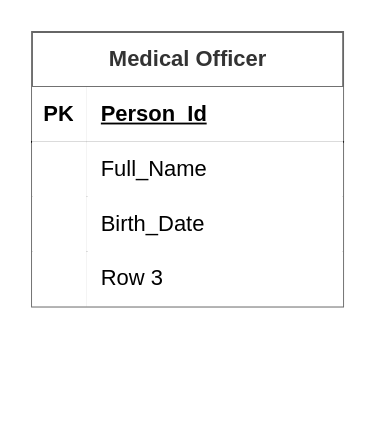
Earlier version of the draw.io diagram Диаграмма без названия.drawio (Lutanist228/saved_diagrams). Source tidied: cells renumbered, new cells numbered last; positions are measured from the earlier drawing's top-left corner, leaving out a move shared by most shapes. Both pictures are drawn from the tidied source at 183%, with x=0, y=0 at pixel (31, 31).
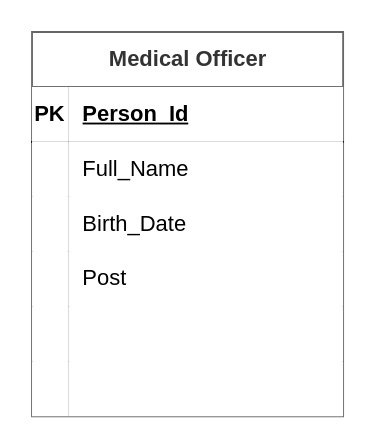
Above is the later version.

Unchanged cells that the change refers to:
```xml
<mxCell id="3" style="shape=tableRow;horizontal=0;startSize=0;swimlaneHead=0;swimlaneBody=0;fillColor=none;top=0;left=0;right=0;bottom=1;" parent="2" vertex="1">
  <mxGeometry y="30" width="170" height="30" as="geometry" />
</mxCell>
<mxCell id="6" style="shape=tableRow;horizontal=0;startSize=0;swimlaneHead=0;swimlaneBody=0;fillColor=none;top=0;left=0;right=0;bottom=0;" parent="2" vertex="1">
  <mxGeometry y="60" width="170" height="30" as="geometry" />
</mxCell>
<mxCell id="9" style="shape=tableRow;horizontal=0;startSize=0;swimlaneHead=0;swimlaneBody=0;fillColor=none;top=0;left=0;right=0;bottom=0;" parent="2" vertex="1">
  <mxGeometry y="90" width="170" height="30" as="geometry" />
</mxCell>
<mxCell id="12" style="shape=tableRow;horizontal=0;startSize=0;swimlaneHead=0;swimlaneBody=0;fillColor=none;top=0;left=0;right=0;bottom=0;strokeColor=#000000;" parent="2" vertex="1">
  <mxGeometry y="120" width="170" height="30" as="geometry" />
</mxCell>
```

The edit, as a diff of the source:
```diff
@@
     <mxCell id="2" value="Medical Officer" style="shape=table;startSize=30;childLayout=tableLayout;rowLines=0;fontStyle=1;align=center;html=1;fillColor=#ffffff;strokeColor=#666666;fontColor=#333333;" parent="1" vertex="1">
-      <mxGeometry width="170" height="150" as="geometry" />
+      <mxGeometry width="170" height="210" as="geometry" />
     </mxCell>
@@
     <mxCell id="4" value="PK" style="shape=partialRectangle;top=0;left=0;bottom=0;right=0;fontStyle=1;overflow=hidden;whiteSpace=wrap;html=1;" parent="3" vertex="1">
-      <mxGeometry width="30" height="30" as="geometry" />
+      <mxGeometry width="20" height="30" as="geometry" />
     </mxCell>
     <mxCell id="5" value="Person_Id" style="shape=partialRectangle;top=0;left=0;bottom=0;right=0;align=left;spacingLeft=6;fontStyle=5;overflow=hidden;whiteSpace=wrap;html=1;strokeWidth=4;perimeterSpacing=2;" parent="3" vertex="1">
-      <mxGeometry x="30" width="140" height="30" as="geometry" />
+      <mxGeometry x="20" width="150" height="30" as="geometry" />
     </mxCell>
@@
     <mxCell id="7" style="shape=partialRectangle;top=0;left=0;bottom=0;right=0;overflow=hidden;whiteSpace=wrap;html=1;" parent="6" vertex="1">
-      <mxGeometry width="30" height="30" as="geometry" />
+      <mxGeometry width="20" height="30" as="geometry" />
     </mxCell>
     <mxCell id="8" value="Full_Name" style="shape=partialRectangle;top=0;left=0;bottom=0;right=0;align=left;spacingLeft=6;overflow=hidden;whiteSpace=wrap;html=1;" parent="6" vertex="1">
-      <mxGeometry x="30" width="140" height="30" as="geometry" />
+      <mxGeometry x="20" width="150" height="30" as="geometry" />
     </mxCell>
@@
     <mxCell id="10" style="shape=partialRectangle;top=0;left=0;bottom=0;right=0;overflow=hidden;whiteSpace=wrap;html=1;" parent="9" vertex="1">
-      <mxGeometry width="30" height="30" as="geometry" />
+      <mxGeometry width="20" height="30" as="geometry" />
     </mxCell>
     <mxCell id="11" value="Birth_Date" style="shape=partialRectangle;top=0;left=0;bottom=0;right=0;align=left;spacingLeft=6;overflow=hidden;whiteSpace=wrap;html=1;" parent="9" vertex="1">
-      <mxGeometry x="30" width="140" height="30" as="geometry" />
+      <mxGeometry x="20" width="150" height="30" as="geometry" />
     </mxCell>
@@
     <mxCell id="13" style="shape=partialRectangle;top=0;left=0;bottom=0;right=0;overflow=hidden;whiteSpace=wrap;html=1;" parent="12" vertex="1">
-      <mxGeometry width="30" height="30" as="geometry" />
+      <mxGeometry width="20" height="30" as="geometry" />
     </mxCell>
-    <mxCell id="14" value="Row 3" style="shape=partialRectangle;top=0;left=0;bottom=0;right=0;align=left;spacingLeft=6;overflow=hidden;whiteSpace=wrap;html=1;" parent="12" vertex="1">
-      <mxGeometry x="30" width="140" height="30" as="geometry" />
+    <mxCell id="14" value="Post" style="shape=partialRectangle;top=0;left=0;bottom=0;right=0;align=left;spacingLeft=6;overflow=hidden;whiteSpace=wrap;html=1;" parent="12" vertex="1">
+      <mxGeometry x="20" width="150" height="30" as="geometry" />
     </mxCell>
+    <mxCell id="15" style="shape=tableRow;horizontal=0;startSize=0;swimlaneHead=0;swimlaneBody=0;fillColor=none;top=0;left=0;right=0;bottom=0;strokeColor=#000000;" parent="2" vertex="1">
+      <mxGeometry y="150" width="170" height="30" as="geometry" />
+    </mxCell>
+    <mxCell id="16" style="shape=partialRectangle;top=0;left=0;bottom=0;right=0;overflow=hidden;whiteSpace=wrap;html=1;" parent="15" vertex="1">
+      <mxGeometry width="20" height="30" as="geometry" />
+    </mxCell>
+    <mxCell id="17" style="shape=partialRectangle;top=0;left=0;bottom=0;right=0;align=left;spacingLeft=6;overflow=hidden;whiteSpace=wrap;html=1;" parent="15" vertex="1">
+      <mxGeometry x="20" width="150" height="30" as="geometry" />
+    </mxCell>
+    <mxCell id="18" style="shape=tableRow;horizontal=0;startSize=0;swimlaneHead=0;swimlaneBody=0;fillColor=none;top=0;left=0;right=0;bottom=0;strokeColor=#000000;" parent="2" vertex="1">
+      <mxGeometry y="180" width="170" height="30" as="geometry" />
+    </mxCell>
+    <mxCell id="19" style="shape=partialRectangle;top=0;left=0;bottom=0;right=0;overflow=hidden;whiteSpace=wrap;html=1;" parent="18" vertex="1">
+      <mxGeometry width="20" height="30" as="geometry" />
+    </mxCell>
+    <mxCell id="20" style="shape=partialRectangle;top=0;left=0;bottom=0;right=0;align=left;spacingLeft=6;overflow=hidden;whiteSpace=wrap;html=1;" parent="18" vertex="1">
+      <mxGeometry x="20" width="150" height="30" as="geometry" />
+    </mxCell>
```
